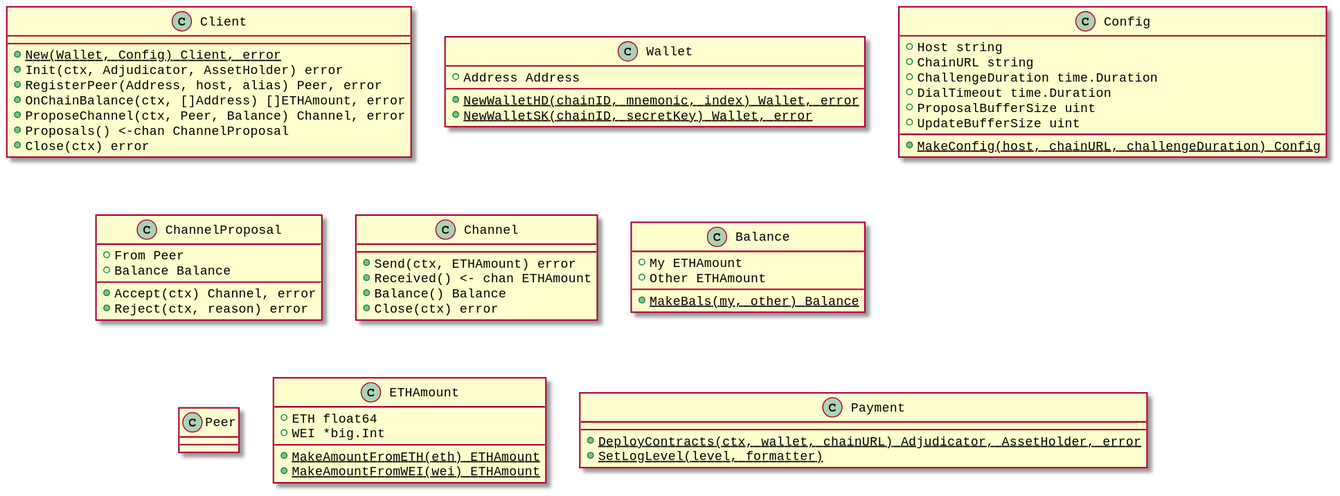
Before: .assets/payment_client.svg, a diagram exported from PlantUML (perun-network/perun-eth-payment).
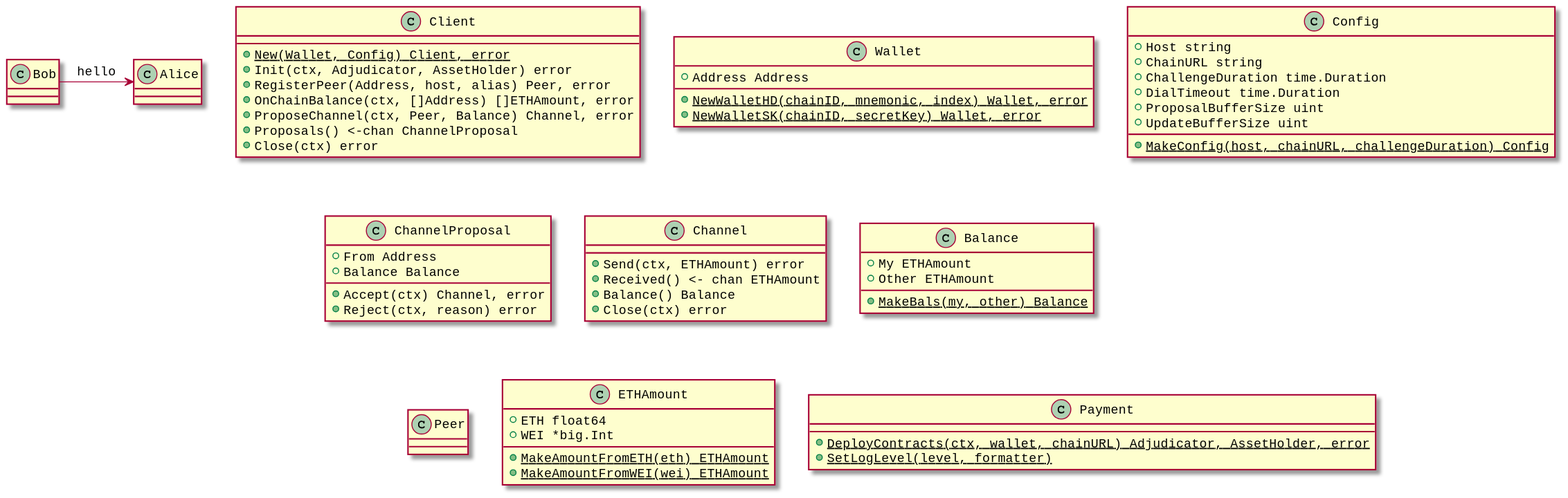
After the commit.

Commit message:
:memo: Update UML diagram.

Change to the diagram source:
```diff
@@ -1,4 +1,6 @@
 @startuml
+Bob -> Alice : hello
+
 skinparam defaultFontName Courier
 skinparam defaultFontSize 13
 
@@ -32,7 +34,7 @@
  + Accept(ctx) Channel, error
  + Reject(ctx, reason) error
 
- + From Peer
+ + From Address
  + Balance Balance
 }
 
```
